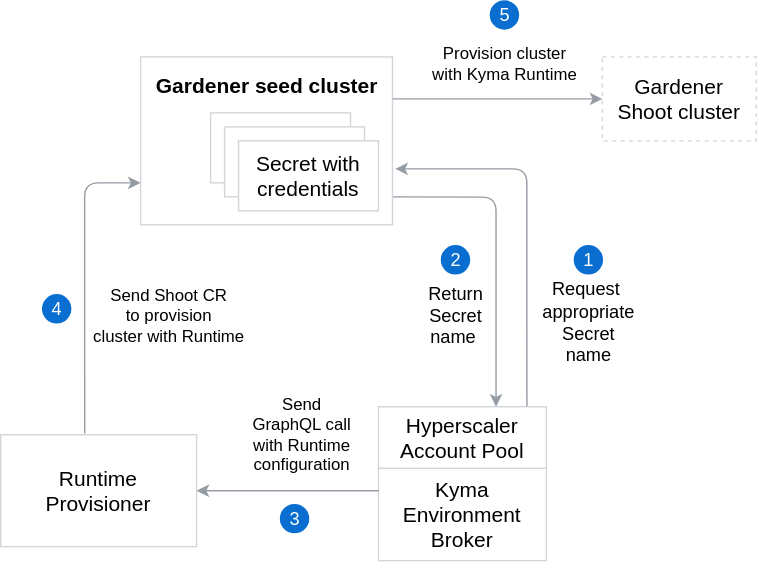
Before: docs/kyma-environment-broker/assets/hap-flow.svg, a diagram exported from draw.io (kyma-incubator/compass). Source tidied: cells renumbered, new cells last; positions are measured from the earlier drawing's top-left corner, leaving out a move shared by most shapes.
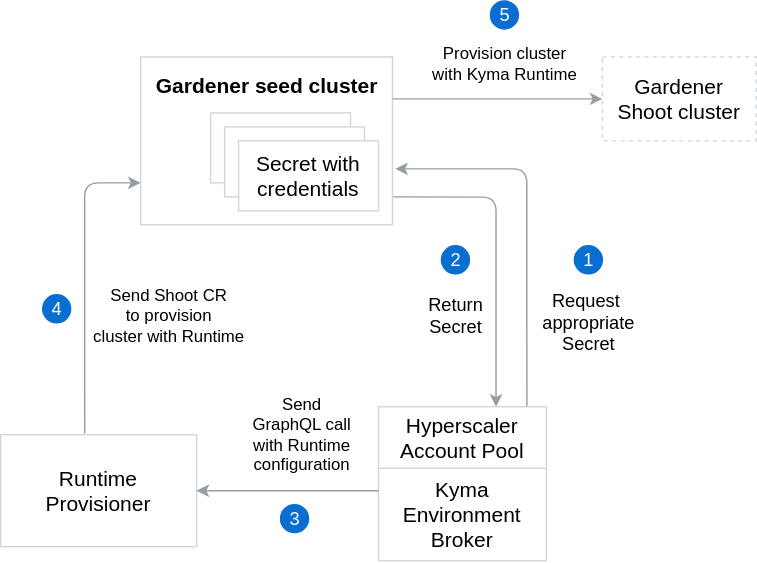
The same diagram one commit later.

Commit message:
Apply review suggestion

Diff of the diagram source:
```diff
@@ -54,8 +54,8 @@
     <mxCell id="14" value="1" style="text;html=1;align=center;verticalAlign=middle;fillColor=none;strokeColor=none;rounded=0;fontColor=#FFFFFF;fontSize=13;" parent="12" vertex="1">
       <mxGeometry width="20" height="20" as="geometry" />
     </mxCell>
-    <mxCell id="15" value="&lt;font style=&quot;font-size: 13px&quot;&gt;Request&amp;nbsp;&lt;br&gt;appropriate&lt;br&gt;Secret&lt;br&gt;name&lt;/font&gt;" style="text;html=1;align=center;verticalAlign=middle;" parent="1" vertex="1">
-      <mxGeometry x="380" y="200" width="80" height="60" as="geometry" />
+    <mxCell id="15" value="&lt;font style=&quot;font-size: 13px&quot;&gt;Request&amp;nbsp;&lt;br&gt;appropriate&lt;br&gt;Secret&lt;br&gt;&lt;/font&gt;" style="text;html=1;align=center;verticalAlign=middle;" parent="1" vertex="1">
+      <mxGeometry x="380" y="205" width="80" height="50" as="geometry" />
     </mxCell>
     <mxCell id="16" style="endArrow=classic;startArrow=none;html=1;entryX=1;entryY=0.5;entryDx=0;entryDy=0;strokeColor=#959CA4;startFill=0;" parent="1" edge="1" target="5">
       <mxGeometry relative="1" as="geometry">
@@ -112,8 +112,8 @@
     <mxCell id="30" value="2" style="text;html=1;align=center;verticalAlign=middle;fillColor=none;strokeColor=none;rounded=0;fontColor=#FFFFFF;fontSize=13;" parent="28" vertex="1">
       <mxGeometry width="20" height="20" as="geometry" />
     </mxCell>
-    <mxCell id="31" value="&lt;font style=&quot;font-size: 13px&quot;&gt;Return&lt;br&gt;Secret&lt;br&gt;name&amp;nbsp;&lt;br&gt;&lt;/font&gt;" style="text;html=1;align=center;verticalAlign=middle;" parent="1" vertex="1">
-      <mxGeometry x="300" y="200" width="50" height="50" as="geometry" />
+    <mxCell id="31" value="&lt;font style=&quot;font-size: 13px&quot;&gt;Return&lt;br&gt;Secret&lt;br&gt;&lt;/font&gt;" style="text;html=1;align=center;verticalAlign=middle;" parent="1" vertex="1">
+      <mxGeometry x="300" y="210" width="50" height="30" as="geometry" />
     </mxCell>
     <mxCell id="32" style="endArrow=classic;startArrow=none;html=1;entryX=0;entryY=0.5;entryDx=0;entryDy=0;strokeColor=#959CA4;startFill=0;exitX=1;exitY=0.25;exitDx=0;exitDy=0;" parent="1" edge="1" source="3" target="4">
       <mxGeometry relative="1" as="geometry" />
```
